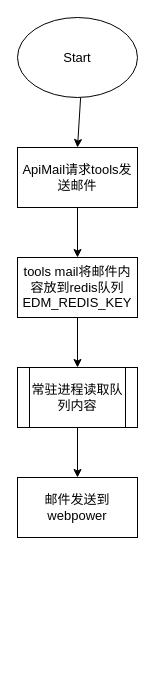
Above: 发邮件流程.drawio in gulinfang/r2docs (draw.io), before the change. Source tidied: cells renumbered, new cells numbered last; positions are measured from the earlier drawing's top-left corner, leaving out a move shared by most shapes. Both pictures are drawn from the tidied source at 100%, with x=0, y=0 at pixel (17, 17).
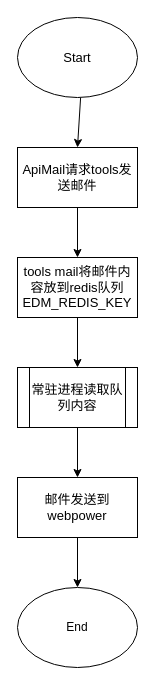
After the change.

Commit message (it also covers changes not shown here):
更新发邮件流程.drawio

Change to the diagram source:
```diff
@@
 <mxGraphModel>
   <root>
     <mxCell id="0" />
     <mxCell id="1" parent="0" />
     <mxCell id="2" style="edgeStyle=none;rounded=0;jettySize=auto;html=1;fontSize=13;" parent="1" edge="1" source="3" target="5">
       <mxGeometry relative="1" as="geometry" />
     </mxCell>
     <mxCell id="3" value="Start" style="ellipse;whiteSpace=wrap;html=1;fontSize=13;" parent="1" vertex="1">
       <mxGeometry width="120" height="80" as="geometry" />
     </mxCell>
     <mxCell id="4" style="edgeStyle=none;rounded=0;jettySize=auto;html=1;fontSize=13;" parent="1" edge="1" source="5" target="7">
       <mxGeometry relative="1" as="geometry" />
     </mxCell>
     <mxCell id="5" value="ApiMail请求tools发送邮件" style="rounded=0;whiteSpace=wrap;html=1;fontSize=13;" parent="1" vertex="1">
       <mxGeometry y="130" width="120" height="60" as="geometry" />
     </mxCell>
     <mxCell id="6" style="edgeStyle=none;rounded=0;jettySize=auto;html=1;fontSize=13;" parent="1" edge="1" source="7" target="9">
       <mxGeometry relative="1" as="geometry" />
     </mxCell>
     <mxCell id="7" value="tools mail将邮件内容放到redis队列EDM_REDIS_KEY" style="rounded=0;whiteSpace=wrap;html=1;fontSize=13;" parent="1" vertex="1">
       <mxGeometry y="240" width="120" height="60" as="geometry" />
     </mxCell>
     <mxCell id="8" style="edgeStyle=none;rounded=0;jettySize=auto;html=1;fontSize=13;entryX=0.5;entryY=0;entryDx=0;entryDy=0;" parent="1" edge="1" source="9" target="10">
       <mxGeometry relative="1" as="geometry" />
     </mxCell>
     <mxCell id="9" value="常驻进程读取队列内容" style="shape=process;whiteSpace=wrap;html=1;backgroundOutline=1;fontSize=13;" parent="1" vertex="1">
       <mxGeometry y="350" width="120" height="60" as="geometry" />
     </mxCell>
+    <mxCell id="11" style="edgeStyle=orthogonalEdgeStyle;rounded=0;jettySize=auto;html=1;" parent="1" edge="1" source="10" target="12">
+      <mxGeometry relative="1" as="geometry" />
+    </mxCell>
     <mxCell id="10" value="邮件发送到webpower" style="rounded=0;whiteSpace=wrap;html=1;fontSize=13;" parent="1" vertex="1">
       <mxGeometry y="460" width="120" height="60" as="geometry" />
     </mxCell>
+    <mxCell id="12" value="End" style="ellipse;whiteSpace=wrap;html=1;" parent="1" vertex="1">
+      <mxGeometry y="570" width="120" height="80" as="geometry" />
+    </mxCell>
   </root>
 </mxGraphModel>
```
